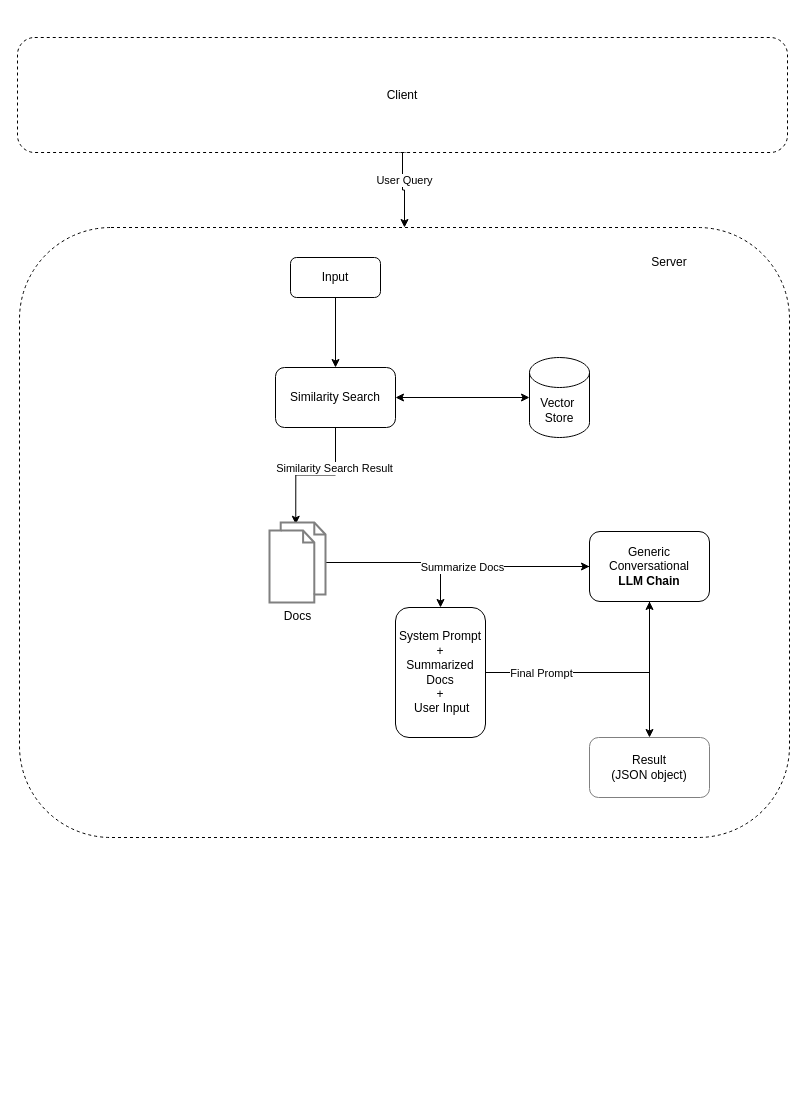
Before: LLM_Generic_Chain.drawio in khursheed33/design-architectures, a draw.io diagram. Source tidied: cells renumbered, new cells numbered last; positions are measured from the earlier drawing's top-left corner, leaving out a move shared by most shapes. Both pictures are drawn from the tidied source at 100%, with x=0, y=0 at pixel (17, 37).
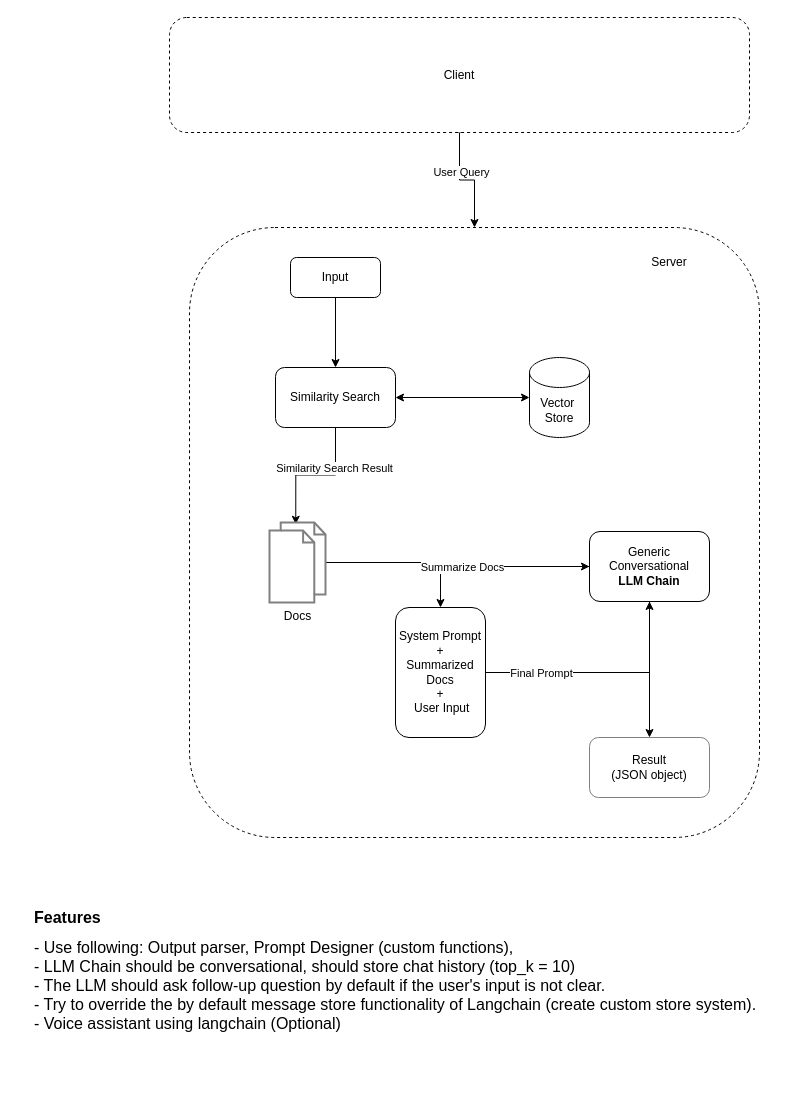
Above is the later version.

Diff of the diagram source:
```diff
@@
     <mxCell id="2" style="rounded=1;whiteSpace=wrap;html=1;dashed=1;" parent="1" vertex="1">
-      <mxGeometry x="2" y="190" width="770" height="610" as="geometry" />
+      <mxGeometry x="172" y="190" width="570" height="610" as="geometry" />
     </mxCell>
@@
     <mxCell id="22" value="Client" style="rounded=1;whiteSpace=wrap;html=1;dashed=1;" parent="1" vertex="1">
-      <mxGeometry width="770" height="115" as="geometry" />
+      <mxGeometry x="152" y="-20" width="580" height="115" as="geometry" />
     </mxCell>
@@
+    <mxCell id="24" value="&lt;h1 style=&quot;font-size: 16px;&quot;&gt;Features&lt;/h1&gt;&lt;div style=&quot;font-size: 16px;&quot;&gt;- Use following: Output parser, Prompt Designer (custom functions),&amp;nbsp;&lt;/div&gt;&lt;div style=&quot;font-size: 16px;&quot;&gt;- LLM Chain should be conversational, should store chat history (top_k = 10)&lt;/div&gt;&lt;div style=&quot;font-size: 16px;&quot;&gt;- The LLM should ask follow-up question by default if the user's input is not clear.&lt;/div&gt;&lt;div style=&quot;font-size: 16px;&quot;&gt;- Try to override the by default message store functionality of Langchain (create custom store system).&amp;nbsp;&lt;/div&gt;&lt;div style=&quot;font-size: 16px;&quot;&gt;&lt;span style=&quot;font-size: 16px;&quot;&gt;- Voice assistant using langchain (Optional)&lt;/span&gt;&lt;/div&gt;&lt;div style=&quot;font-size: 16px;&quot;&gt;&lt;br style=&quot;font-size: 16px;&quot;&gt;&lt;/div&gt;" style="text;html=1;strokeColor=none;fillColor=none;spacing=5;spacingTop=-20;whiteSpace=wrap;overflow=hidden;rounded=0;fontSize=16;" parent="1" vertex="1">
+      <mxGeometry x="12" y="870" width="760" height="170" as="geometry" />
+    </mxCell>
```
